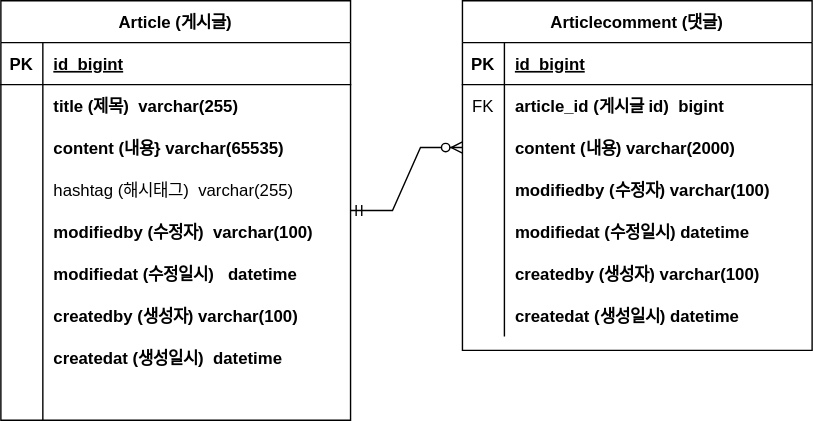
elephant97/fastcampus-project-board keeps this draw.io diagram as document/project-board-erd.svg. Above is the earlier version. Source tidied: cells renumbered, new cells last; positions are measured from the earlier drawing's top-left corner, leaving out a move shared by most shapes.
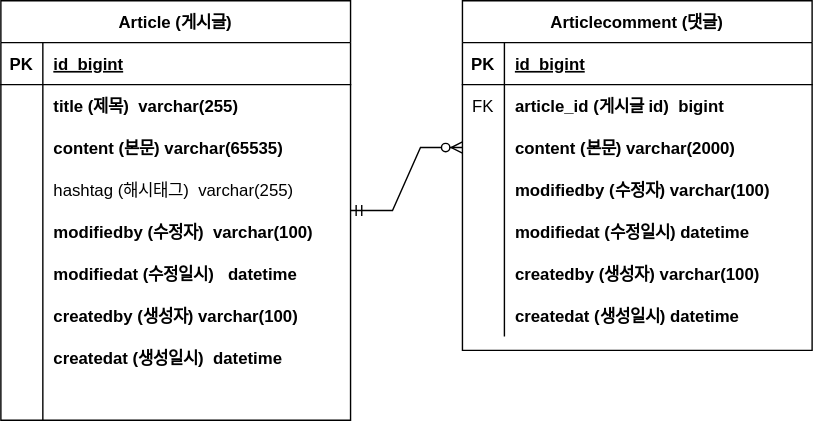
The same diagram one commit later.

Change to the diagram source:
```diff
@@ -29,7 +29,7 @@
     <mxCell id="10" style="shape=partialRectangle;overflow=hidden;fillColor=none;top=0;left=0;bottom=0;right=0;" parent="9" vertex="1">
       <mxGeometry width="30" height="30" as="geometry" />
     </mxCell>
-    <mxCell id="11" value="content (내용) varchar(2000)" style="shape=partialRectangle;overflow=hidden;fillColor=none;top=0;left=0;bottom=0;right=0;align=left;spacingLeft=6;fontStyle=1;" parent="9" vertex="1">
+    <mxCell id="11" value="content (본문) varchar(2000)" style="shape=partialRectangle;overflow=hidden;fillColor=none;top=0;left=0;bottom=0;right=0;align=left;spacingLeft=6;fontStyle=1;" parent="9" vertex="1">
       <mxGeometry x="30" width="220" height="30" as="geometry" />
     </mxCell>
     <mxCell id="12" style="shape=partialRectangle;fillColor=none;top=0;left=0;right=0;bottom=0;" parent="2" vertex="1">
@@ -95,7 +95,7 @@
     <mxCell id="32" style="shape=partialRectangle;overflow=hidden;fillColor=none;top=0;left=0;bottom=0;right=0;" parent="31" vertex="1">
       <mxGeometry width="30" height="30" as="geometry" />
     </mxCell>
-    <mxCell id="33" value="content (내용} varchar(65535)" style="shape=partialRectangle;overflow=hidden;fillColor=none;top=0;left=0;bottom=0;right=0;align=left;spacingLeft=6;fontStyle=1;" parent="31" vertex="1">
+    <mxCell id="33" value="content (본문) varchar(65535)" style="shape=partialRectangle;overflow=hidden;fillColor=none;top=0;left=0;bottom=0;right=0;align=left;spacingLeft=6;fontStyle=1;" parent="31" vertex="1">
       <mxGeometry x="30" width="220" height="30" as="geometry" />
     </mxCell>
     <mxCell id="34" style="shape=partialRectangle;fillColor=none;top=0;left=0;right=0;bottom=0;" parent="24" vertex="1">
```
